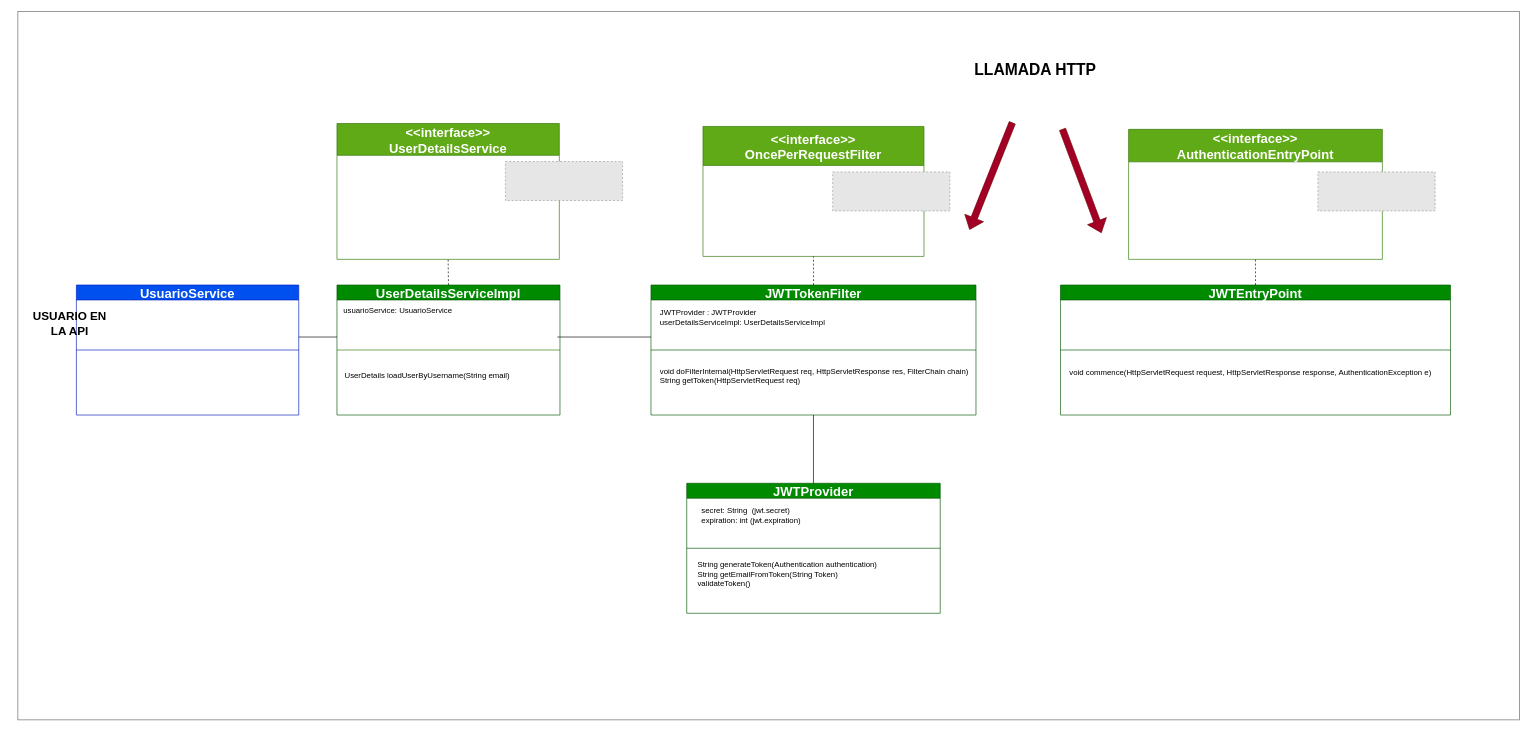
This is imagenes_doc/JWT.drawio from PeterFonkel/authFirebaseJWT, a draw.io file, before an edit. Source tidied: cells renumbered, new cells numbered last; positions are measured from the earlier drawing's top-left corner, leaving out a move shared by most shapes. Both pictures are drawn from the tidied source at 65%, with x=0, y=0 at pixel (18, 11). Pictures stored in the file or linked from it are replaced by grey dashed boxes.
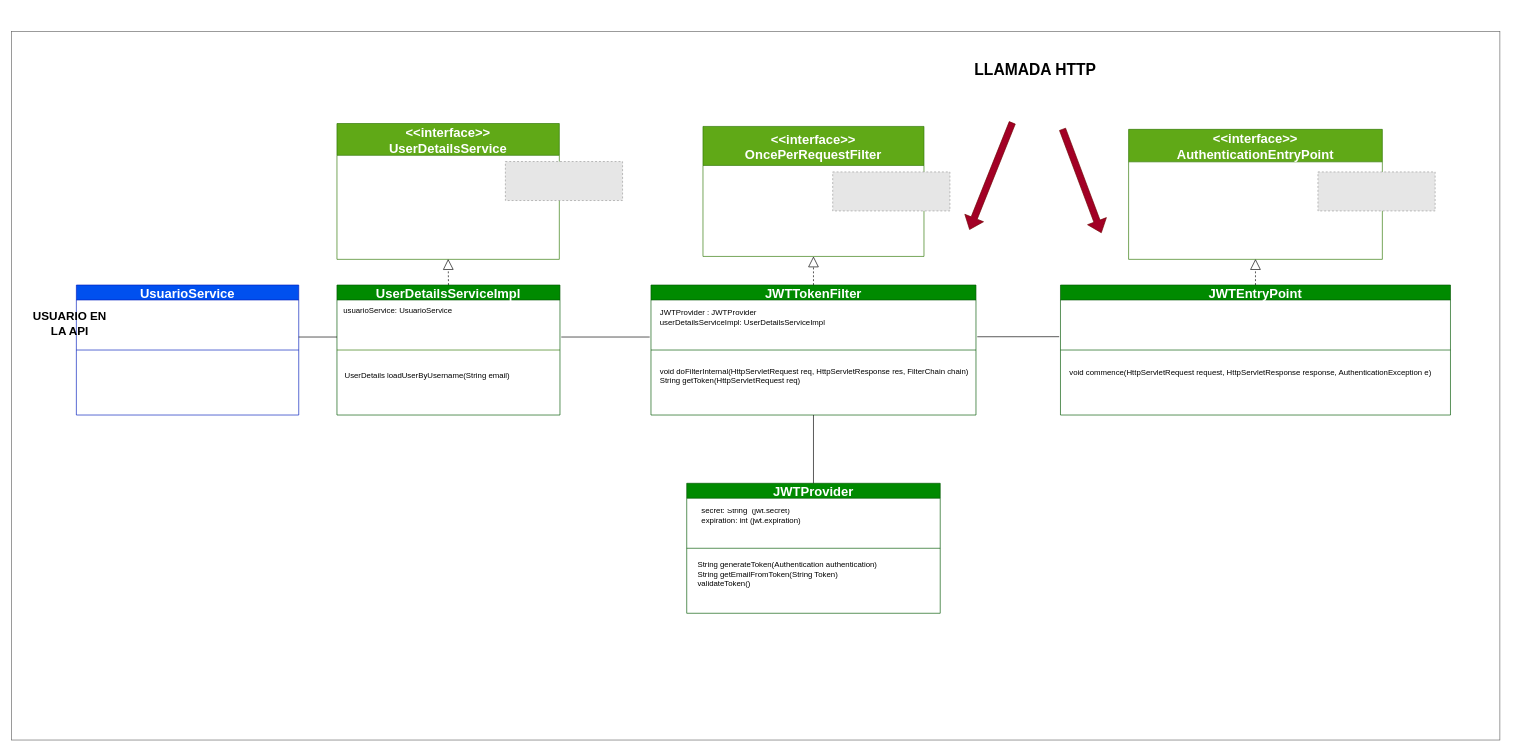
The same page after the edit.

Unchanged cells that the change refers to:
```xml
<mxCell id="4" value="JWTProvider" style="swimlane;fillColor=#008a00;strokeColor=#005700;fontSize=20;fontColor=#FFFFFF;" parent="3" vertex="1">
  <mxGeometry width="390" height="200" as="geometry" />
</mxCell>
<mxCell id="9" value="JWTTokenFilter" style="swimlane;fillColor=#008a00;strokeColor=#005700;fontSize=20;fontColor=#FFFFFF;" parent="8" vertex="1">
  <mxGeometry y="-10" width="500" height="200" as="geometry" />
</mxCell>
<mxCell id="13" style="group;fontColor=#000000;" parent="1" vertex="1">
  <mxGeometry x="1464" y="401" width="600" height="200" as="geometry" />
</mxCell>
<mxCell id="14" value="JWTEntryPoint" style="swimlane;fillColor=#008a00;strokeColor=#005700;fontSize=20;fontColor=#FFFFFF;" parent="13" vertex="1">
  <mxGeometry x="140" y="20" width="600" height="200" as="geometry" />
</mxCell>
<mxCell id="17" value="&lt;&lt;interface&gt;&gt;&#10;AuthenticationEntryPoint" style="swimlane;fillColor=#60a917;strokeColor=#2D7600;fontSize=20;startSize=50;fontColor=#FFFFFF;" parent="1" vertex="1">
  <mxGeometry x="1708.8" y="181.5" width="390.4" height="200" as="geometry" />
</mxCell>
<mxCell id="18" value="&lt;&lt;interface&gt;&gt;&#10;OncePerRequestFilter" style="swimlane;fillColor=#60a917;strokeColor=#2D7600;fontSize=20;startSize=60;fontColor=#FFFFFF;" parent="1" vertex="1">
  <mxGeometry x="1054" y="177" width="340" height="200" as="geometry" />
</mxCell>
<mxCell id="24" value="&lt;&lt;interface&gt;&gt;&#10;UserDetailsService" style="swimlane;fillColor=#60a917;strokeColor=#2D7600;fontSize=20;startSize=49;fontColor=#FFFFFF;" parent="23" vertex="1">
  <mxGeometry x="-3.1" y="-28.5" width="342.1" height="209" as="geometry" />
</mxCell>
<mxCell id="27" value="UserDetailsServiceImpl" style="swimlane;fillColor=#008a00;strokeColor=#005700;fontSize=20;fontColor=#FFFFFF;" parent="1" vertex="1">
  <mxGeometry x="490.9" y="421" width="343.1" height="200" as="geometry" />
</mxCell>
```

Diff of the diagram source:
```diff
@@
     <mxCell id="2" style="rounded=0;whiteSpace=wrap;html=1;fontSize=20;strokeColor=#666666;fillColor=#FFFFFF;fontColor=#000000;" parent="1" vertex="1">
-      <mxGeometry width="2310" height="1090" as="geometry" />
+      <mxGeometry x="-10" y="31" width="2290" height="1090" as="geometry" />
     </mxCell>
@@
+    <mxCell id="41" style="endArrow=none;html=1;fontColor=#000000;strokeColor=#000000;" parent="13" edge="1">
+      <mxGeometry relative="1" as="geometry">
+        <mxPoint x="138" y="99.5" as="sourcePoint" />
+        <mxPoint x="12" y="99.6" as="targetPoint" />
+      </mxGeometry>
+    </mxCell>
@@
-    <mxCell id="20" style="endArrow=none;html=1;exitX=0.5;exitY=0;exitDx=0;exitDy=0;entryX=0.5;entryY=1;entryDx=0;entryDy=0;fontColor=#000000;" parent="1" edge="1" source="4" target="9">
+    <mxCell id="20" style="endArrow=none;html=1;exitX=0.5;exitY=0;exitDx=0;exitDy=0;entryX=0.5;entryY=1;entryDx=0;entryDy=0;fontColor=#000000;strokeColor=#000000;" parent="1" edge="1" source="4" target="9">
       <mxGeometry relative="1" as="geometry" />
     </mxCell>
-    <mxCell id="21" style="endArrow=none;dashed=1;html=1;entryX=0.5;entryY=1;entryDx=0;entryDy=0;exitX=0.5;exitY=0;exitDx=0;exitDy=0;fontColor=#000000;" parent="1" edge="1" source="9" target="18">
-      <mxGeometry relative="1" as="geometry" />
-    </mxCell>
-    <mxCell id="22" style="endArrow=none;dashed=1;html=1;entryX=0.5;entryY=1;entryDx=0;entryDy=0;exitX=0.5;exitY=0;exitDx=0;exitDy=0;fontColor=#000000;" parent="1" edge="1" source="14" target="17">
-      <mxGeometry relative="1" as="geometry" />
-    </mxCell>
@@
-    <mxCell id="25" style="endArrow=none;dashed=1;html=1;exitX=0.5;exitY=0;exitDx=0;exitDy=0;entryX=0.5;entryY=1;entryDx=0;entryDy=0;fontColor=#000000;" parent="1" edge="1" source="27" target="24">
-      <mxGeometry relative="1" as="geometry" />
-    </mxCell>
-    <mxCell id="26" style="endArrow=none;html=1;fontColor=#000000;" parent="1" edge="1">
+    <mxCell id="26" style="endArrow=none;html=1;fontColor=#000000;strokeColor=#000000;" parent="1" edge="1">
       <mxGeometry relative="1" as="geometry">
-        <mxPoint x="974" y="501" as="sourcePoint" />
-        <mxPoint x="830" y="501" as="targetPoint" />
+        <mxPoint x="972" y="501" as="sourcePoint" />
+        <mxPoint x="836" y="501" as="targetPoint" />
       </mxGeometry>
     </mxCell>
@@
-    <mxCell id="35" style="endArrow=none;html=1;fontColor=#000000;" parent="1" edge="1">
+    <mxCell id="35" style="endArrow=none;html=1;fontColor=#000000;strokeColor=#000000;" parent="1" edge="1">
       <mxGeometry relative="1" as="geometry">
         <mxPoint x="491" y="501" as="sourcePoint" />
         <mxPoint x="432" y="501" as="targetPoint" />
       </mxGeometry>
     </mxCell>
@@
+    <mxCell id="21" style="endArrow=block;html=1;strokeColor=#000000;dashed=1;endFill=0;exitX=0.5;exitY=0;exitDx=0;exitDy=0;endSize=14;entryX=0.5;entryY=1;entryDx=0;entryDy=0;" parent="1" edge="1" source="9" target="18">
+      <mxGeometry relative="1" as="geometry" />
+    </mxCell>
+    <mxCell id="42" style="endArrow=block;html=1;strokeColor=#000000;dashed=1;endFill=0;exitX=0.5;exitY=0;exitDx=0;exitDy=0;endSize=14;" parent="1" edge="1" source="14">
+      <mxGeometry relative="1" as="geometry">
+        <mxPoint x="1904" y="381" as="targetPoint" />
+      </mxGeometry>
+    </mxCell>
+    <mxCell id="43" style="endArrow=block;html=1;strokeColor=#000000;dashed=1;endFill=0;exitX=0.5;exitY=0;exitDx=0;exitDy=0;endSize=14;" parent="1" edge="1" source="27">
+      <mxGeometry relative="1" as="geometry">
+        <mxPoint x="662" y="381" as="targetPoint" />
+      </mxGeometry>
+    </mxCell>
```
